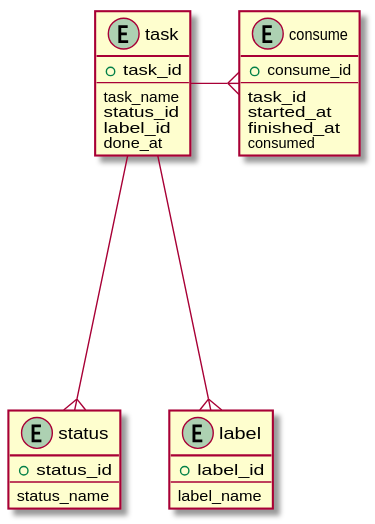
This is docs/uml/er.svg from pankona/hashira, a PlantUML export, as it was before one commit.
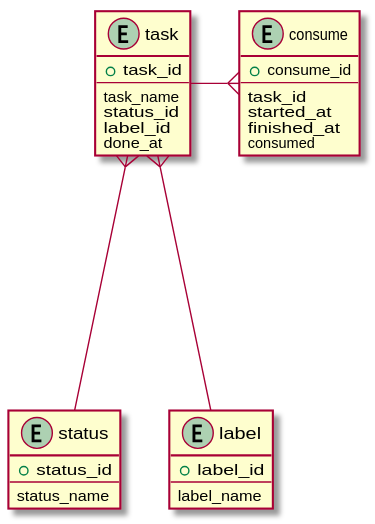
Later version of the same file.

Change to the diagram source:
```diff
@@ -30,8 +30,8 @@
     label_name
 }
 
-task ----{ status
-task ----{ label
+task }---- status
+task }---- label
 task -ri-{ consume
 
 @enduml
```
